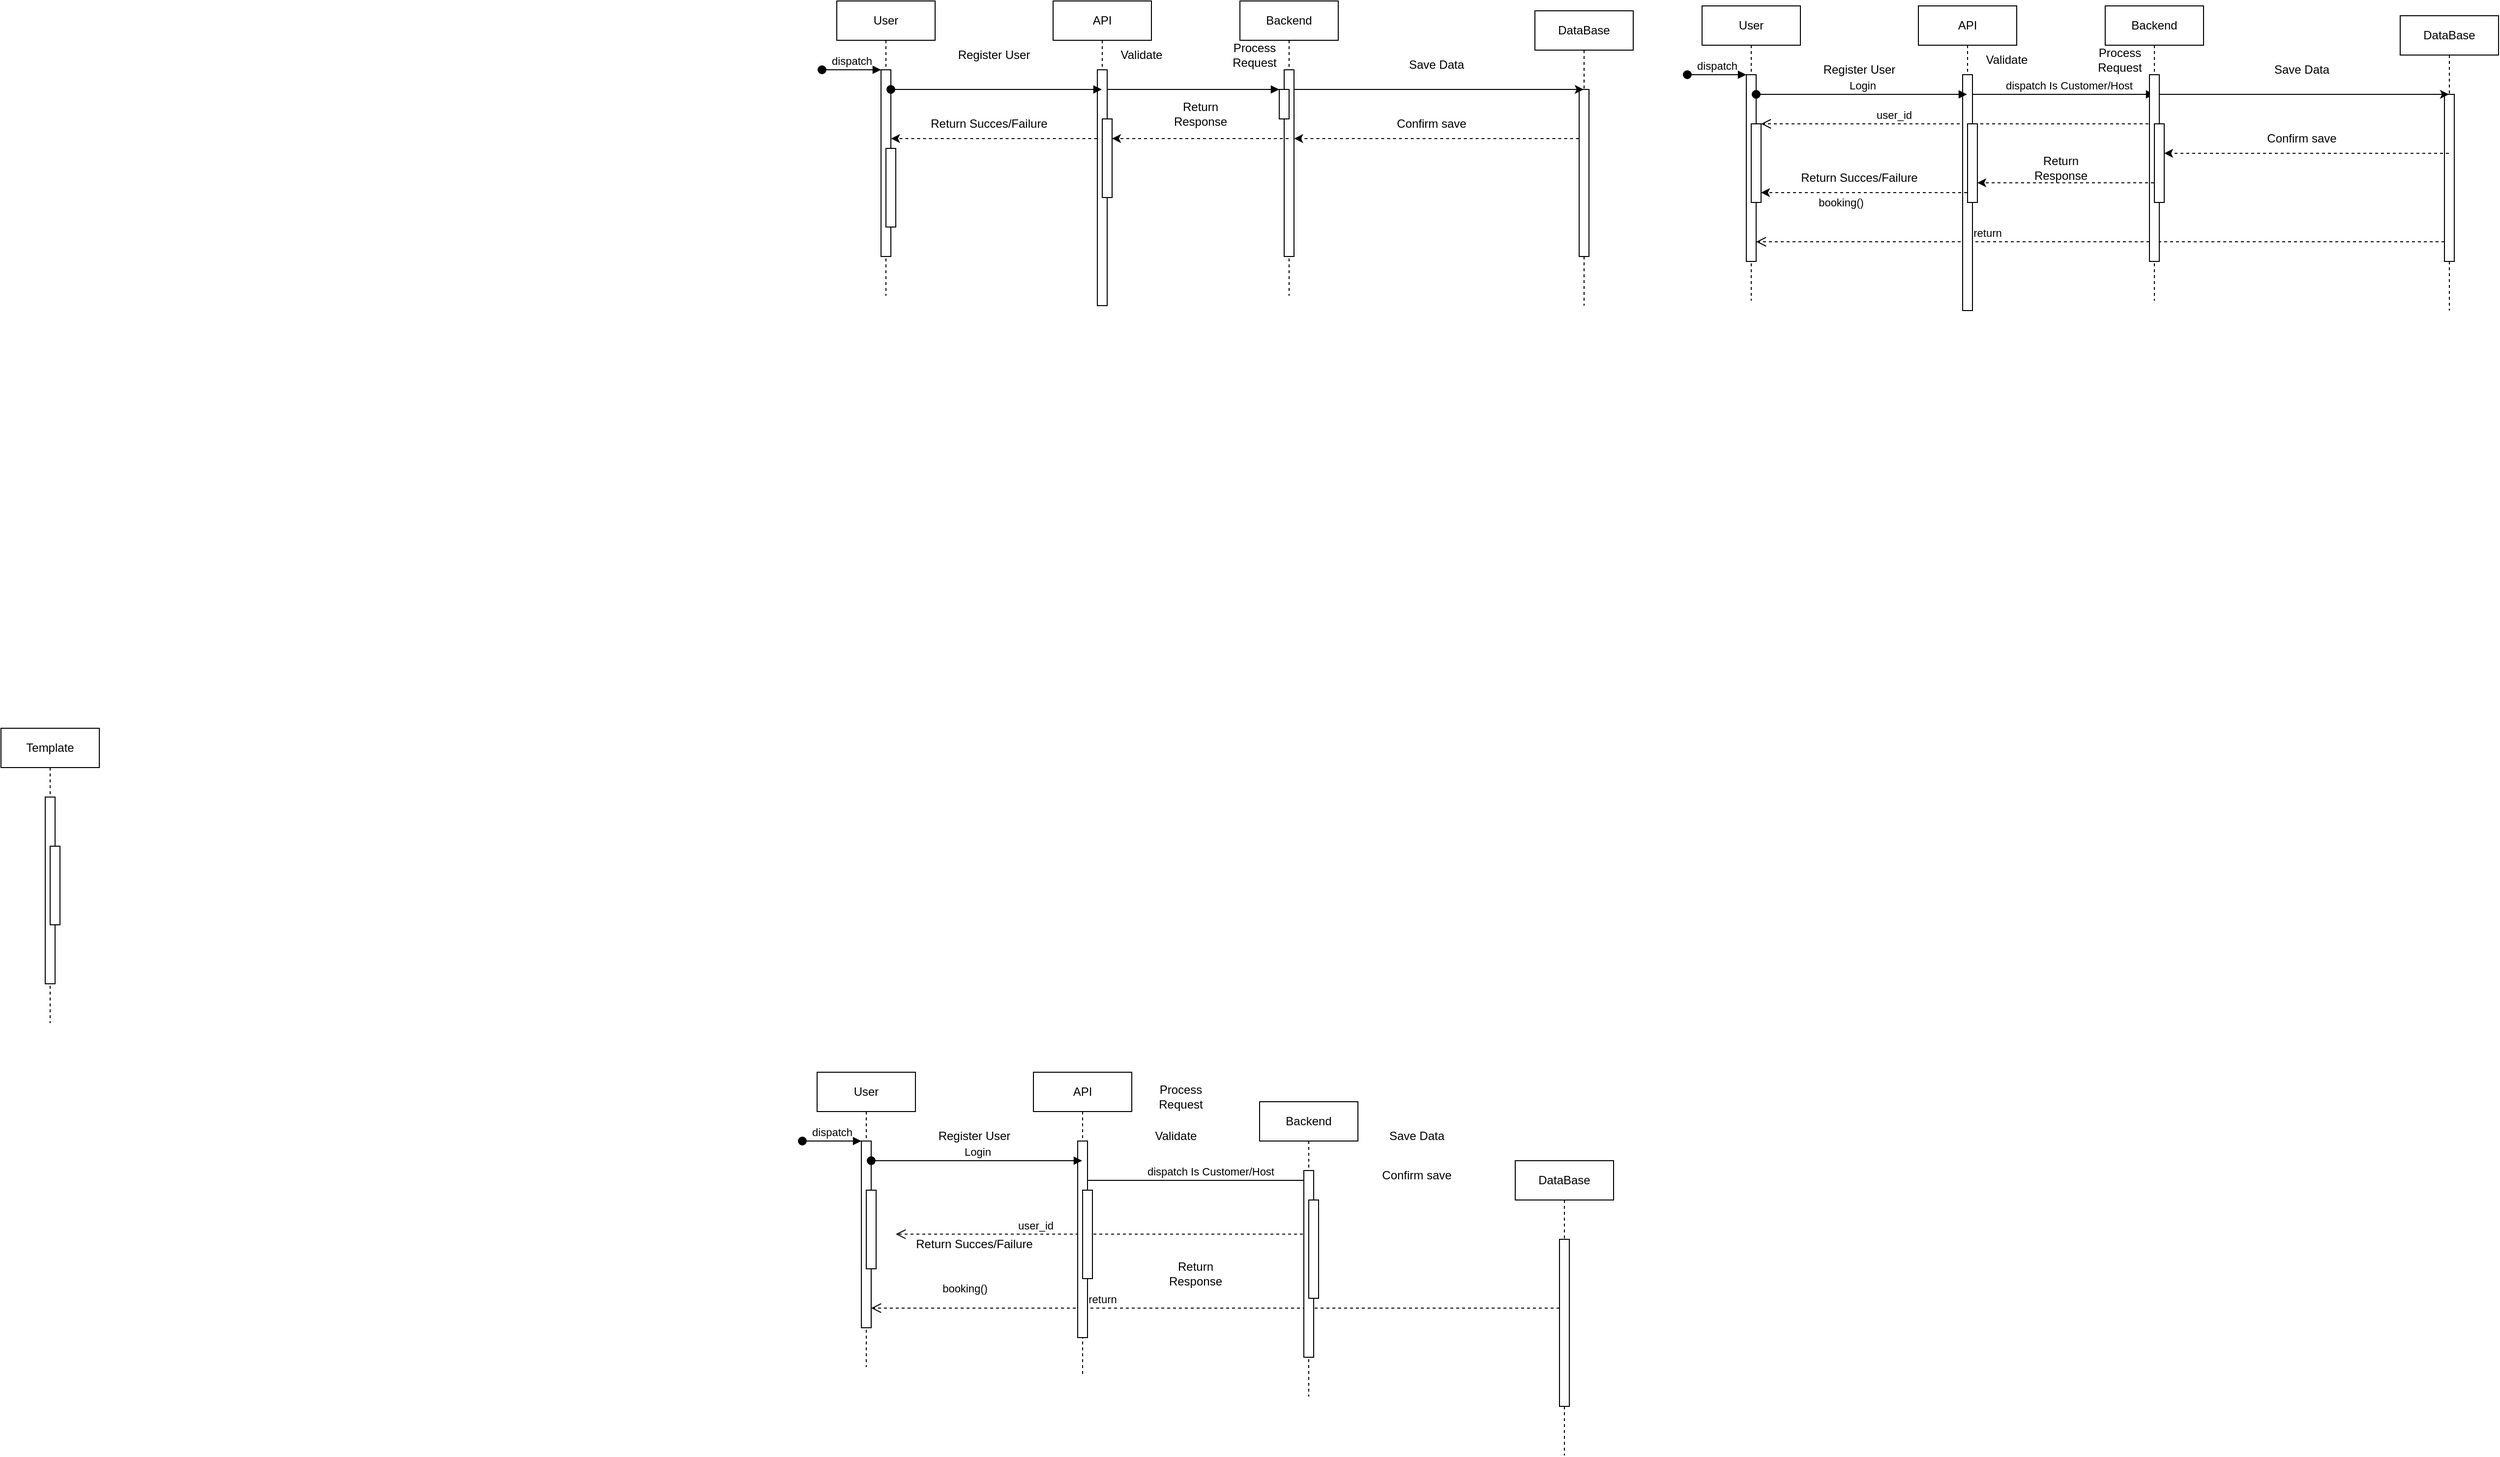
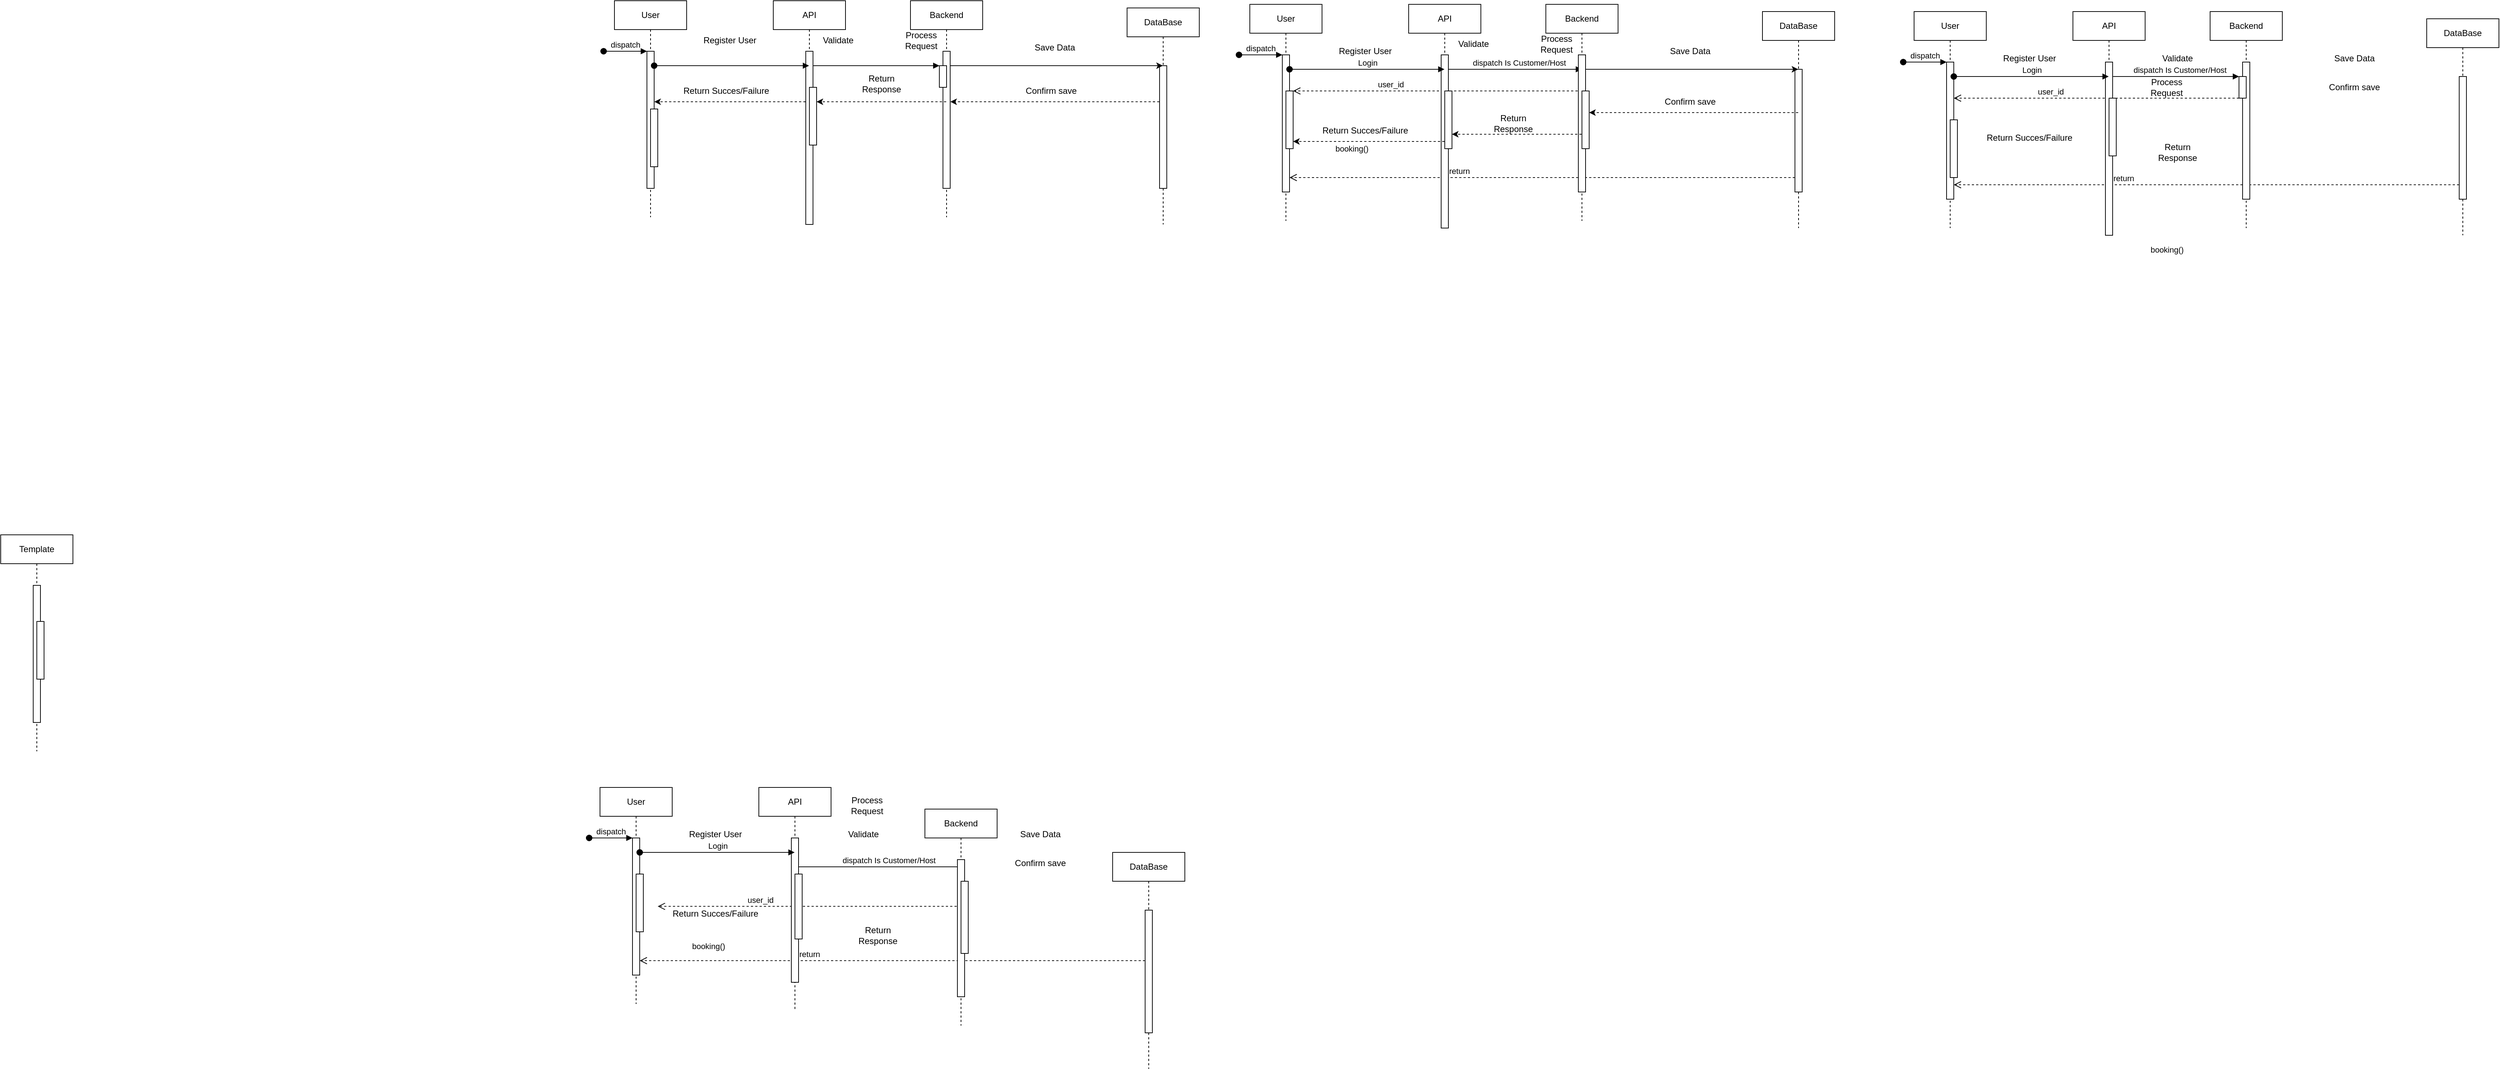
<mxfile host="app.diagrams.net" agent="5.0 (Macintosh; Intel Mac OS X 10_15_7) AppleWebKit/537.36 (KHTML, like Gecko) Chrome/109.0.0.0 Safari/537.36">
  <diagram name="Page-1" id="2YBvvXClWsGukQMizWep">
-     <mxGraphModel dx="4958" dy="1500" grid="1" gridSize="10" guides="1" tooltips="1" connect="1" arrows="1" fold="1" page="1" pageScale="1" pageWidth="850" pageHeight="1100" math="0" shadow="0">
+     <mxGraphModel dx="1837" dy="1211" grid="1" gridSize="10" guides="1" tooltips="1" connect="1" arrows="1" fold="1" page="1" pageScale="1" pageWidth="850" pageHeight="1100" math="0" shadow="0">
      <root>
        <mxCell id="0" />
        <mxCell id="1" parent="0" />
        <mxCell id="aM9ryv3xv72pqoxQDRHE-1" parent="1" style="shape=umlLifeline;perimeter=lifelinePerimeter;whiteSpace=wrap;html=1;container=0;dropTarget=0;collapsible=0;recursiveResize=0;outlineConnect=0;portConstraint=eastwest;newEdgeStyle={&quot;edgeStyle&quot;:&quot;elbowEdgeStyle&quot;,&quot;elbow&quot;:&quot;vertical&quot;,&quot;curved&quot;:0,&quot;rounded&quot;:0};" value="User" vertex="1">
          <mxGeometry height="300" width="100" x="30" y="40" as="geometry" />
        </mxCell>
        <mxCell id="aM9ryv3xv72pqoxQDRHE-2" parent="aM9ryv3xv72pqoxQDRHE-1" style="html=1;points=[];perimeter=orthogonalPerimeter;outlineConnect=0;targetShapes=umlLifeline;portConstraint=eastwest;newEdgeStyle={&quot;edgeStyle&quot;:&quot;elbowEdgeStyle&quot;,&quot;elbow&quot;:&quot;vertical&quot;,&quot;curved&quot;:0,&quot;rounded&quot;:0};" value="" vertex="1">
          <mxGeometry height="190" width="10" x="45" y="70" as="geometry" />
        </mxCell>
        <mxCell id="aM9ryv3xv72pqoxQDRHE-3" edge="1" parent="aM9ryv3xv72pqoxQDRHE-1" style="html=1;verticalAlign=bottom;startArrow=oval;endArrow=block;startSize=8;edgeStyle=elbowEdgeStyle;elbow=vertical;curved=0;rounded=0;" target="aM9ryv3xv72pqoxQDRHE-2" value="dispatch">
          <mxGeometry relative="1" as="geometry">
            <mxPoint x="-15" y="70" as="sourcePoint" />
          </mxGeometry>
        </mxCell>
        <mxCell id="aM9ryv3xv72pqoxQDRHE-4" parent="aM9ryv3xv72pqoxQDRHE-1" style="html=1;points=[];perimeter=orthogonalPerimeter;outlineConnect=0;targetShapes=umlLifeline;portConstraint=eastwest;newEdgeStyle={&quot;edgeStyle&quot;:&quot;elbowEdgeStyle&quot;,&quot;elbow&quot;:&quot;vertical&quot;,&quot;curved&quot;:0,&quot;rounded&quot;:0};" value="" vertex="1">
          <mxGeometry height="80" width="10" x="50" y="150" as="geometry" />
        </mxCell>
        <mxCell id="aM9ryv3xv72pqoxQDRHE-5" parent="1" style="shape=umlLifeline;perimeter=lifelinePerimeter;whiteSpace=wrap;html=1;container=0;dropTarget=0;collapsible=0;recursiveResize=0;outlineConnect=0;portConstraint=eastwest;newEdgeStyle={&quot;edgeStyle&quot;:&quot;elbowEdgeStyle&quot;,&quot;elbow&quot;:&quot;vertical&quot;,&quot;curved&quot;:0,&quot;rounded&quot;:0};" value="DataBase" vertex="1">
          <mxGeometry height="300" width="100" x="740" y="50" as="geometry" />
        </mxCell>
        <mxCell id="aM9ryv3xv72pqoxQDRHE-6" parent="aM9ryv3xv72pqoxQDRHE-5" style="html=1;points=[];perimeter=orthogonalPerimeter;outlineConnect=0;targetShapes=umlLifeline;portConstraint=eastwest;newEdgeStyle={&quot;edgeStyle&quot;:&quot;elbowEdgeStyle&quot;,&quot;elbow&quot;:&quot;vertical&quot;,&quot;curved&quot;:0,&quot;rounded&quot;:0};" value="" vertex="1">
          <mxGeometry height="170" width="10" x="45" y="80" as="geometry" />
        </mxCell>
        <mxCell id="aM9ryv3xv72pqoxQDRHE-7" edge="1" parent="1" source="7Z1T8ZwHcXeBXznP6D7j-6" style="html=1;verticalAlign=bottom;endArrow=block;edgeStyle=elbowEdgeStyle;elbow=vertical;curved=0;rounded=0;" target="7Z1T8ZwHcXeBXznP6D7j-11" value="">
          <mxGeometry relative="1" x="0.0616" as="geometry">
            <mxPoint as="offset" />
            <Array as="points">
              <mxPoint x="440" y="130" />
            </Array>
            <mxPoint x="195" y="130" as="sourcePoint" />
            <mxPoint x="480" y="130" as="targetPoint" />
          </mxGeometry>
        </mxCell>
        <mxCell id="7Z1T8ZwHcXeBXznP6D7j-5" parent="1" style="shape=umlLifeline;perimeter=lifelinePerimeter;whiteSpace=wrap;html=1;container=0;dropTarget=0;collapsible=0;recursiveResize=0;outlineConnect=0;portConstraint=eastwest;newEdgeStyle={&quot;edgeStyle&quot;:&quot;elbowEdgeStyle&quot;,&quot;elbow&quot;:&quot;vertical&quot;,&quot;curved&quot;:0,&quot;rounded&quot;:0};" value="API" vertex="1">
          <mxGeometry height="300" width="100" x="250" y="40" as="geometry" />
        </mxCell>
        <mxCell id="7Z1T8ZwHcXeBXznP6D7j-6" parent="7Z1T8ZwHcXeBXznP6D7j-5" style="html=1;points=[];perimeter=orthogonalPerimeter;outlineConnect=0;targetShapes=umlLifeline;portConstraint=eastwest;newEdgeStyle={&quot;edgeStyle&quot;:&quot;elbowEdgeStyle&quot;,&quot;elbow&quot;:&quot;vertical&quot;,&quot;curved&quot;:0,&quot;rounded&quot;:0};" value="" vertex="1">
          <mxGeometry height="240" width="10" x="45" y="70" as="geometry" />
        </mxCell>
        <mxCell id="7Z1T8ZwHcXeBXznP6D7j-8" parent="7Z1T8ZwHcXeBXznP6D7j-5" style="html=1;points=[];perimeter=orthogonalPerimeter;outlineConnect=0;targetShapes=umlLifeline;portConstraint=eastwest;newEdgeStyle={&quot;edgeStyle&quot;:&quot;elbowEdgeStyle&quot;,&quot;elbow&quot;:&quot;vertical&quot;,&quot;curved&quot;:0,&quot;rounded&quot;:0};" value="" vertex="1">
          <mxGeometry height="80" width="10" x="50" y="120" as="geometry" />
        </mxCell>
        <mxCell id="7Z1T8ZwHcXeBXznP6D7j-9" parent="1" style="shape=umlLifeline;perimeter=lifelinePerimeter;whiteSpace=wrap;html=1;container=0;dropTarget=0;collapsible=0;recursiveResize=0;outlineConnect=0;portConstraint=eastwest;newEdgeStyle={&quot;edgeStyle&quot;:&quot;elbowEdgeStyle&quot;,&quot;elbow&quot;:&quot;vertical&quot;,&quot;curved&quot;:0,&quot;rounded&quot;:0};" value="&lt;div&gt;Backend&lt;/div&gt;" vertex="1">
          <mxGeometry height="300" width="100" x="440" y="40" as="geometry" />
        </mxCell>
        <mxCell id="7Z1T8ZwHcXeBXznP6D7j-10" parent="7Z1T8ZwHcXeBXznP6D7j-9" style="html=1;points=[];perimeter=orthogonalPerimeter;outlineConnect=0;targetShapes=umlLifeline;portConstraint=eastwest;newEdgeStyle={&quot;edgeStyle&quot;:&quot;elbowEdgeStyle&quot;,&quot;elbow&quot;:&quot;vertical&quot;,&quot;curved&quot;:0,&quot;rounded&quot;:0};" value="" vertex="1">
          <mxGeometry height="190" width="10" x="45" y="70" as="geometry" />
        </mxCell>
        <mxCell id="7Z1T8ZwHcXeBXznP6D7j-11" parent="7Z1T8ZwHcXeBXznP6D7j-9" style="html=1;points=[];perimeter=orthogonalPerimeter;outlineConnect=0;targetShapes=umlLifeline;portConstraint=eastwest;newEdgeStyle={&quot;edgeStyle&quot;:&quot;elbowEdgeStyle&quot;,&quot;elbow&quot;:&quot;vertical&quot;,&quot;curved&quot;:0,&quot;rounded&quot;:0};" value="" vertex="1">
          <mxGeometry height="30" width="10" x="40" y="90" as="geometry" />
        </mxCell>
        <mxCell id="7Z1T8ZwHcXeBXznP6D7j-12" parent="1" style="shape=umlLifeline;perimeter=lifelinePerimeter;whiteSpace=wrap;html=1;container=0;dropTarget=0;collapsible=0;recursiveResize=0;outlineConnect=0;portConstraint=eastwest;newEdgeStyle={&quot;edgeStyle&quot;:&quot;elbowEdgeStyle&quot;,&quot;elbow&quot;:&quot;vertical&quot;,&quot;curved&quot;:0,&quot;rounded&quot;:0};" value="Template" vertex="1">
          <mxGeometry height="300" width="100" x="-820" y="780" as="geometry" />
        </mxCell>
        <mxCell id="7Z1T8ZwHcXeBXznP6D7j-13" parent="7Z1T8ZwHcXeBXznP6D7j-12" style="html=1;points=[];perimeter=orthogonalPerimeter;outlineConnect=0;targetShapes=umlLifeline;portConstraint=eastwest;newEdgeStyle={&quot;edgeStyle&quot;:&quot;elbowEdgeStyle&quot;,&quot;elbow&quot;:&quot;vertical&quot;,&quot;curved&quot;:0,&quot;rounded&quot;:0};" value="" vertex="1">
          <mxGeometry height="190" width="10" x="45" y="70" as="geometry" />
        </mxCell>
        <mxCell id="7Z1T8ZwHcXeBXznP6D7j-14" parent="7Z1T8ZwHcXeBXznP6D7j-12" style="html=1;points=[];perimeter=orthogonalPerimeter;outlineConnect=0;targetShapes=umlLifeline;portConstraint=eastwest;newEdgeStyle={&quot;edgeStyle&quot;:&quot;elbowEdgeStyle&quot;,&quot;elbow&quot;:&quot;vertical&quot;,&quot;curved&quot;:0,&quot;rounded&quot;:0};" value="" vertex="1">
          <mxGeometry height="80" width="10" x="50" y="120" as="geometry" />
        </mxCell>
        <mxCell id="7Z1T8ZwHcXeBXznP6D7j-18" edge="1" parent="1" style="html=1;verticalAlign=bottom;startArrow=oval;endArrow=block;startSize=8;edgeStyle=elbowEdgeStyle;elbow=vertical;curved=0;rounded=0;" target="7Z1T8ZwHcXeBXznP6D7j-5" value="">
          <mxGeometry relative="1" x="-0.3939" y="10" as="geometry">
            <mxPoint as="offset" />
            <mxPoint x="85" y="130" as="sourcePoint" />
            <mxPoint x="150" y="130" as="targetPoint" />
          </mxGeometry>
        </mxCell>
        <mxCell id="D9VVy2PClrj1YHKQl20F-1" parent="1" style="text;html=1;whiteSpace=wrap;strokeColor=none;fillColor=none;align=center;verticalAlign=middle;rounded=0;" value="Register User" vertex="1">
          <mxGeometry height="30" width="100" x="140" y="80" as="geometry" />
        </mxCell>
        <mxCell id="D9VVy2PClrj1YHKQl20F-2" parent="1" style="text;html=1;whiteSpace=wrap;strokeColor=none;fillColor=none;align=center;verticalAlign=middle;rounded=0;" value="Validate" vertex="1">
          <mxGeometry height="30" width="60" x="310" y="80" as="geometry" />
        </mxCell>
        <mxCell id="D9VVy2PClrj1YHKQl20F-3" parent="1" style="text;html=1;whiteSpace=wrap;strokeColor=none;fillColor=none;align=center;verticalAlign=middle;rounded=0;" value="Process Request" vertex="1">
          <mxGeometry height="30" width="60" x="425" y="80" as="geometry" />
        </mxCell>
        <mxCell id="I_nbtK1dwFWHWanF6EMp-1" parent="1" style="text;html=1;whiteSpace=wrap;strokeColor=none;fillColor=none;align=center;verticalAlign=middle;rounded=0;" value="Save Data" vertex="1">
          <mxGeometry height="30" width="60" x="610" y="90" as="geometry" />
        </mxCell>
        <mxCell id="I_nbtK1dwFWHWanF6EMp-2" parent="1" style="text;html=1;whiteSpace=wrap;strokeColor=none;fillColor=none;align=center;verticalAlign=middle;rounded=0;" value="Confirm save" vertex="1">
          <mxGeometry height="30" width="80" x="595.25" y="150" as="geometry" />
        </mxCell>
        <mxCell id="I_nbtK1dwFWHWanF6EMp-3" parent="1" style="text;html=1;whiteSpace=wrap;strokeColor=none;fillColor=none;align=center;verticalAlign=middle;rounded=0;" value="Return Response" vertex="1">
          <mxGeometry height="30" width="60" x="370" y="140" as="geometry" />
        </mxCell>
        <mxCell id="I_nbtK1dwFWHWanF6EMp-4" parent="1" style="text;html=1;whiteSpace=wrap;strokeColor=none;fillColor=none;align=center;verticalAlign=middle;rounded=0;" value="Return Succes/Failure" vertex="1">
          <mxGeometry height="30" width="140" x="115.25" y="150" as="geometry" />
        </mxCell>
        <mxCell id="7Z1T8ZwHcXeBXznP6D7j-20" parent="1" style="shape=umlLifeline;perimeter=lifelinePerimeter;whiteSpace=wrap;html=1;container=0;dropTarget=0;collapsible=0;recursiveResize=0;outlineConnect=0;portConstraint=eastwest;newEdgeStyle={&quot;edgeStyle&quot;:&quot;elbowEdgeStyle&quot;,&quot;elbow&quot;:&quot;vertical&quot;,&quot;curved&quot;:0,&quot;rounded&quot;:0};" value="User" vertex="1">
          <mxGeometry height="300" width="100" x="10" y="1130" as="geometry" />
        </mxCell>
        <mxCell id="7Z1T8ZwHcXeBXznP6D7j-21" parent="7Z1T8ZwHcXeBXznP6D7j-20" style="html=1;points=[];perimeter=orthogonalPerimeter;outlineConnect=0;targetShapes=umlLifeline;portConstraint=eastwest;newEdgeStyle={&quot;edgeStyle&quot;:&quot;elbowEdgeStyle&quot;,&quot;elbow&quot;:&quot;vertical&quot;,&quot;curved&quot;:0,&quot;rounded&quot;:0};" value="" vertex="1">
          <mxGeometry height="190" width="10" x="45" y="70" as="geometry" />
        </mxCell>
        <mxCell id="7Z1T8ZwHcXeBXznP6D7j-22" edge="1" parent="7Z1T8ZwHcXeBXznP6D7j-20" style="html=1;verticalAlign=bottom;startArrow=oval;endArrow=block;startSize=8;edgeStyle=elbowEdgeStyle;elbow=vertical;curved=0;rounded=0;" target="7Z1T8ZwHcXeBXznP6D7j-21" value="dispatch">
          <mxGeometry relative="1" as="geometry">
            <mxPoint x="-15" y="70" as="sourcePoint" />
          </mxGeometry>
        </mxCell>
        <mxCell id="7Z1T8ZwHcXeBXznP6D7j-23" parent="7Z1T8ZwHcXeBXznP6D7j-20" style="html=1;points=[];perimeter=orthogonalPerimeter;outlineConnect=0;targetShapes=umlLifeline;portConstraint=eastwest;newEdgeStyle={&quot;edgeStyle&quot;:&quot;elbowEdgeStyle&quot;,&quot;elbow&quot;:&quot;vertical&quot;,&quot;curved&quot;:0,&quot;rounded&quot;:0};" value="" vertex="1">
          <mxGeometry height="80" width="10" x="50" y="120" as="geometry" />
        </mxCell>
        <mxCell id="_QFFP_39c0ER-aZENGy8-1" edge="1" parent="1" source="7Z1T8ZwHcXeBXznP6D7j-10" style="endArrow=classic;html=1;rounded=0;" target="aM9ryv3xv72pqoxQDRHE-5" value="">
          <mxGeometry height="50" relative="1" width="50" as="geometry">
            <Array as="points">
              <mxPoint x="650" y="130" />
            </Array>
            <mxPoint x="490" y="170" as="sourcePoint" />
            <mxPoint x="540" y="120" as="targetPoint" />
          </mxGeometry>
        </mxCell>
        <mxCell id="7Z1T8ZwHcXeBXznP6D7j-24" parent="1" style="shape=umlLifeline;perimeter=lifelinePerimeter;whiteSpace=wrap;html=1;container=0;dropTarget=0;collapsible=0;recursiveResize=0;outlineConnect=0;portConstraint=eastwest;newEdgeStyle={&quot;edgeStyle&quot;:&quot;elbowEdgeStyle&quot;,&quot;elbow&quot;:&quot;vertical&quot;,&quot;curved&quot;:0,&quot;rounded&quot;:0};" value="DataBase" vertex="1">
          <mxGeometry height="300" width="100" x="720" y="1220" as="geometry" />
        </mxCell>
        <mxCell id="7Z1T8ZwHcXeBXznP6D7j-25" parent="7Z1T8ZwHcXeBXznP6D7j-24" style="html=1;points=[];perimeter=orthogonalPerimeter;outlineConnect=0;targetShapes=umlLifeline;portConstraint=eastwest;newEdgeStyle={&quot;edgeStyle&quot;:&quot;elbowEdgeStyle&quot;,&quot;elbow&quot;:&quot;vertical&quot;,&quot;curved&quot;:0,&quot;rounded&quot;:0};" value="" vertex="1">
          <mxGeometry height="170" width="10" x="45" y="80" as="geometry" />
        </mxCell>
        <mxCell id="_QFFP_39c0ER-aZENGy8-2" edge="1" parent="1" style="endArrow=classic;html=1;rounded=0;dashed=1;" value="">
          <mxGeometry height="50" relative="1" width="50" as="geometry">
            <Array as="points">
              <mxPoint x="635.25" y="180" />
            </Array>
            <mxPoint x="784.75" y="179.9999999999999" as="sourcePoint" />
            <mxPoint x="495.25" y="179.9999999999999" as="targetPoint" />
          </mxGeometry>
        </mxCell>
        <mxCell id="7Z1T8ZwHcXeBXznP6D7j-26" edge="1" parent="1" source="7Z1T8ZwHcXeBXznP6D7j-31" style="html=1;verticalAlign=bottom;endArrow=block;edgeStyle=elbowEdgeStyle;elbow=vertical;curved=0;rounded=0;entryX=0.5;entryY=0.105;entryDx=0;entryDy=0;entryPerimeter=0;" target="7Z1T8ZwHcXeBXznP6D7j-34" value="dispatch Is Customer/Host">
          <mxGeometry relative="1" x="0.0616" as="geometry">
            <mxPoint as="offset" />
            <Array as="points">
              <mxPoint x="460" y="1240" />
            </Array>
            <mxPoint x="175" y="1220" as="sourcePoint" />
            <mxPoint x="460" y="1220" as="targetPoint" />
          </mxGeometry>
        </mxCell>
        <mxCell id="7Z1T8ZwHcXeBXznP6D7j-27" connectable="0" parent="7Z1T8ZwHcXeBXznP6D7j-26" style="edgeLabel;html=1;align=center;verticalAlign=middle;resizable=0;points=[];" value="booking()" vertex="1">
          <mxGeometry relative="1" x="-0.6283" y="3" as="geometry">
            <mxPoint x="-169" y="113" as="offset" />
          </mxGeometry>
        </mxCell>
        <mxCell id="_QFFP_39c0ER-aZENGy8-3" edge="1" parent="1" style="endArrow=classic;html=1;rounded=0;dashed=1;" value="">
          <mxGeometry height="50" relative="1" width="50" as="geometry">
            <Array as="points">
              <mxPoint x="400" y="180" />
            </Array>
            <mxPoint x="489.5" y="179.9999999999999" as="sourcePoint" />
            <mxPoint x="310" y="179.9999999999999" as="targetPoint" />
          </mxGeometry>
        </mxCell>
        <mxCell id="7Z1T8ZwHcXeBXznP6D7j-28" edge="1" parent="1" source="7Z1T8ZwHcXeBXznP6D7j-25" style="html=1;verticalAlign=bottom;endArrow=open;dashed=1;endSize=8;edgeStyle=elbowEdgeStyle;elbow=vertical;curved=0;rounded=0;" target="7Z1T8ZwHcXeBXznP6D7j-21" value="return">
          <mxGeometry relative="1" x="0.3286" as="geometry">
            <mxPoint as="offset" />
            <Array as="points">
              <mxPoint x="170" y="1370" />
            </Array>
            <mxPoint x="175" y="1295" as="targetPoint" />
          </mxGeometry>
        </mxCell>
        <mxCell id="_QFFP_39c0ER-aZENGy8-4" edge="1" parent="1" style="endArrow=classic;html=1;rounded=0;dashed=1;" value="">
          <mxGeometry height="50" relative="1" width="50" as="geometry">
            <Array as="points">
              <mxPoint x="195.25" y="180" />
            </Array>
            <mxPoint x="294.75" y="179.9999999999999" as="sourcePoint" />
            <mxPoint x="85.25" y="179.9999999999999" as="targetPoint" />
          </mxGeometry>
        </mxCell>
        <mxCell id="7Z1T8ZwHcXeBXznP6D7j-29" edge="1" parent="1" style="html=1;verticalAlign=bottom;endArrow=open;dashed=1;endSize=8;edgeStyle=elbowEdgeStyle;elbow=vertical;curved=0;rounded=0;" value="user_id">
          <mxGeometry relative="1" x="0.325" as="geometry">
            <mxPoint as="offset" />
            <Array as="points">
              <mxPoint x="450" y="1294.76" />
            </Array>
            <mxPoint x="510" y="1294.76" as="sourcePoint" />
            <mxPoint x="90" y="1294.76" as="targetPoint" />
          </mxGeometry>
        </mxCell>
        <mxCell id="_QFFP_39c0ER-aZENGy8-33" parent="1" style="shape=umlLifeline;perimeter=lifelinePerimeter;whiteSpace=wrap;html=1;container=0;dropTarget=0;collapsible=0;recursiveResize=0;outlineConnect=0;portConstraint=eastwest;newEdgeStyle={&quot;edgeStyle&quot;:&quot;elbowEdgeStyle&quot;,&quot;elbow&quot;:&quot;vertical&quot;,&quot;curved&quot;:0,&quot;rounded&quot;:0};" value="User" vertex="1">
          <mxGeometry height="300" width="100" x="910" y="45" as="geometry" />
        </mxCell>
        <mxCell id="_QFFP_39c0ER-aZENGy8-34" parent="_QFFP_39c0ER-aZENGy8-33" style="html=1;points=[];perimeter=orthogonalPerimeter;outlineConnect=0;targetShapes=umlLifeline;portConstraint=eastwest;newEdgeStyle={&quot;edgeStyle&quot;:&quot;elbowEdgeStyle&quot;,&quot;elbow&quot;:&quot;vertical&quot;,&quot;curved&quot;:0,&quot;rounded&quot;:0};" value="" vertex="1">
          <mxGeometry height="190" width="10" x="45" y="70" as="geometry" />
        </mxCell>
        <mxCell id="_QFFP_39c0ER-aZENGy8-35" edge="1" parent="_QFFP_39c0ER-aZENGy8-33" style="html=1;verticalAlign=bottom;startArrow=oval;endArrow=block;startSize=8;edgeStyle=elbowEdgeStyle;elbow=vertical;curved=0;rounded=0;" target="_QFFP_39c0ER-aZENGy8-34" value="dispatch">
          <mxGeometry relative="1" as="geometry">
            <mxPoint x="-15" y="70" as="sourcePoint" />
          </mxGeometry>
        </mxCell>
        <mxCell id="_QFFP_39c0ER-aZENGy8-36" parent="_QFFP_39c0ER-aZENGy8-33" style="html=1;points=[];perimeter=orthogonalPerimeter;outlineConnect=0;targetShapes=umlLifeline;portConstraint=eastwest;newEdgeStyle={&quot;edgeStyle&quot;:&quot;elbowEdgeStyle&quot;,&quot;elbow&quot;:&quot;vertical&quot;,&quot;curved&quot;:0,&quot;rounded&quot;:0};" value="" vertex="1">
          <mxGeometry height="80" width="10" x="50" y="120" as="geometry" />
        </mxCell>
        <mxCell id="7Z1T8ZwHcXeBXznP6D7j-30" parent="1" style="shape=umlLifeline;perimeter=lifelinePerimeter;whiteSpace=wrap;html=1;container=0;dropTarget=0;collapsible=0;recursiveResize=0;outlineConnect=0;portConstraint=eastwest;newEdgeStyle={&quot;edgeStyle&quot;:&quot;elbowEdgeStyle&quot;,&quot;elbow&quot;:&quot;vertical&quot;,&quot;curved&quot;:0,&quot;rounded&quot;:0};" value="API" vertex="1">
          <mxGeometry height="310" width="100" x="230" y="1130" as="geometry" />
        </mxCell>
        <mxCell id="7Z1T8ZwHcXeBXznP6D7j-31" parent="7Z1T8ZwHcXeBXznP6D7j-30" style="html=1;points=[];perimeter=orthogonalPerimeter;outlineConnect=0;targetShapes=umlLifeline;portConstraint=eastwest;newEdgeStyle={&quot;edgeStyle&quot;:&quot;elbowEdgeStyle&quot;,&quot;elbow&quot;:&quot;vertical&quot;,&quot;curved&quot;:0,&quot;rounded&quot;:0};" value="" vertex="1">
          <mxGeometry height="200" width="10" x="45" y="70" as="geometry" />
        </mxCell>
        <mxCell id="7Z1T8ZwHcXeBXznP6D7j-32" parent="7Z1T8ZwHcXeBXznP6D7j-30" style="html=1;points=[];perimeter=orthogonalPerimeter;outlineConnect=0;targetShapes=umlLifeline;portConstraint=eastwest;newEdgeStyle={&quot;edgeStyle&quot;:&quot;elbowEdgeStyle&quot;,&quot;elbow&quot;:&quot;vertical&quot;,&quot;curved&quot;:0,&quot;rounded&quot;:0};" value="" vertex="1">
          <mxGeometry height="90" width="10" x="50" y="120" as="geometry" />
        </mxCell>
        <mxCell id="_QFFP_39c0ER-aZENGy8-37" parent="1" style="shape=umlLifeline;perimeter=lifelinePerimeter;whiteSpace=wrap;html=1;container=0;dropTarget=0;collapsible=0;recursiveResize=0;outlineConnect=0;portConstraint=eastwest;newEdgeStyle={&quot;edgeStyle&quot;:&quot;elbowEdgeStyle&quot;,&quot;elbow&quot;:&quot;vertical&quot;,&quot;curved&quot;:0,&quot;rounded&quot;:0};" value="DataBase" vertex="1">
          <mxGeometry height="300" width="100" x="1620" y="55" as="geometry" />
        </mxCell>
        <mxCell id="_QFFP_39c0ER-aZENGy8-38" parent="_QFFP_39c0ER-aZENGy8-37" style="html=1;points=[];perimeter=orthogonalPerimeter;outlineConnect=0;targetShapes=umlLifeline;portConstraint=eastwest;newEdgeStyle={&quot;edgeStyle&quot;:&quot;elbowEdgeStyle&quot;,&quot;elbow&quot;:&quot;vertical&quot;,&quot;curved&quot;:0,&quot;rounded&quot;:0};" value="" vertex="1">
          <mxGeometry height="170" width="10" x="45" y="80" as="geometry" />
        </mxCell>
        <mxCell id="7Z1T8ZwHcXeBXznP6D7j-33" parent="1" style="shape=umlLifeline;perimeter=lifelinePerimeter;whiteSpace=wrap;html=1;container=0;dropTarget=0;collapsible=0;recursiveResize=0;outlineConnect=0;portConstraint=eastwest;newEdgeStyle={&quot;edgeStyle&quot;:&quot;elbowEdgeStyle&quot;,&quot;elbow&quot;:&quot;vertical&quot;,&quot;curved&quot;:0,&quot;rounded&quot;:0};" value="&lt;div&gt;Backend&lt;/div&gt;" vertex="1">
          <mxGeometry height="300" width="100" x="460" y="1160" as="geometry" />
        </mxCell>
        <mxCell id="7Z1T8ZwHcXeBXznP6D7j-34" parent="7Z1T8ZwHcXeBXznP6D7j-33" style="html=1;points=[];perimeter=orthogonalPerimeter;outlineConnect=0;targetShapes=umlLifeline;portConstraint=eastwest;newEdgeStyle={&quot;edgeStyle&quot;:&quot;elbowEdgeStyle&quot;,&quot;elbow&quot;:&quot;vertical&quot;,&quot;curved&quot;:0,&quot;rounded&quot;:0};" value="" vertex="1">
          <mxGeometry height="190" width="10" x="45" y="70" as="geometry" />
        </mxCell>
        <mxCell id="7Z1T8ZwHcXeBXznP6D7j-35" parent="7Z1T8ZwHcXeBXznP6D7j-33" style="html=1;points=[];perimeter=orthogonalPerimeter;outlineConnect=0;targetShapes=umlLifeline;portConstraint=eastwest;newEdgeStyle={&quot;edgeStyle&quot;:&quot;elbowEdgeStyle&quot;,&quot;elbow&quot;:&quot;vertical&quot;,&quot;curved&quot;:0,&quot;rounded&quot;:0};" value="" vertex="1">
          <mxGeometry height="100" width="10" x="50" y="100" as="geometry" />
        </mxCell>
        <mxCell id="_QFFP_39c0ER-aZENGy8-39" edge="1" parent="1" source="_QFFP_39c0ER-aZENGy8-44" style="html=1;verticalAlign=bottom;endArrow=block;edgeStyle=elbowEdgeStyle;elbow=vertical;curved=0;rounded=0;entryX=0.5;entryY=0.105;entryDx=0;entryDy=0;entryPerimeter=0;" target="_QFFP_39c0ER-aZENGy8-47" value="dispatch Is Customer/Host">
          <mxGeometry relative="1" x="0.0616" as="geometry">
            <mxPoint as="offset" />
            <Array as="points">
              <mxPoint x="1320" y="135" />
            </Array>
            <mxPoint x="1075" y="135" as="sourcePoint" />
            <mxPoint x="1360" y="135" as="targetPoint" />
          </mxGeometry>
        </mxCell>
        <mxCell id="_QFFP_39c0ER-aZENGy8-40" connectable="0" parent="_QFFP_39c0ER-aZENGy8-39" style="edgeLabel;html=1;align=center;verticalAlign=middle;resizable=0;points=[];" value="booking()" vertex="1">
          <mxGeometry relative="1" x="-0.6283" y="3" as="geometry">
            <mxPoint x="-169" y="113" as="offset" />
          </mxGeometry>
        </mxCell>
        <mxCell id="7Z1T8ZwHcXeBXznP6D7j-36" edge="1" parent="1" style="html=1;verticalAlign=bottom;startArrow=oval;endArrow=block;startSize=8;edgeStyle=elbowEdgeStyle;elbow=vertical;curved=0;rounded=0;" target="7Z1T8ZwHcXeBXznP6D7j-30" value="Login">
          <mxGeometry relative="1" as="geometry">
            <mxPoint x="65" y="1220" as="sourcePoint" />
            <mxPoint x="130" y="1220" as="targetPoint" />
          </mxGeometry>
        </mxCell>
        <mxCell id="_QFFP_39c0ER-aZENGy8-41" edge="1" parent="1" source="_QFFP_39c0ER-aZENGy8-38" style="html=1;verticalAlign=bottom;endArrow=open;dashed=1;endSize=8;edgeStyle=elbowEdgeStyle;elbow=vertical;curved=0;rounded=0;" target="_QFFP_39c0ER-aZENGy8-34" value="return">
          <mxGeometry relative="1" x="0.3286" as="geometry">
            <mxPoint as="offset" />
            <Array as="points">
              <mxPoint x="1070" y="285" />
            </Array>
            <mxPoint x="1075" y="210" as="targetPoint" />
          </mxGeometry>
        </mxCell>
        <mxCell id="7Z1T8ZwHcXeBXznP6D7j-37" parent="1" style="text;html=1;whiteSpace=wrap;strokeColor=none;fillColor=none;align=center;verticalAlign=middle;rounded=0;" value="Register User" vertex="1">
          <mxGeometry height="30" width="100" x="120" y="1180" as="geometry" />
        </mxCell>
        <mxCell id="_QFFP_39c0ER-aZENGy8-42" edge="1" parent="1" source="_QFFP_39c0ER-aZENGy8-48" style="html=1;verticalAlign=bottom;endArrow=open;dashed=1;endSize=8;edgeStyle=elbowEdgeStyle;elbow=vertical;curved=0;rounded=0;" target="_QFFP_39c0ER-aZENGy8-36" value="user_id">
          <mxGeometry relative="1" x="0.325" as="geometry">
            <mxPoint as="offset" />
            <Array as="points">
              <mxPoint x="1330" y="165" />
            </Array>
            <mxPoint x="1430" y="165" as="sourcePoint" />
            <mxPoint x="1020" y="165" as="targetPoint" />
          </mxGeometry>
        </mxCell>
        <mxCell id="7Z1T8ZwHcXeBXznP6D7j-38" parent="1" style="text;html=1;whiteSpace=wrap;strokeColor=none;fillColor=none;align=center;verticalAlign=middle;rounded=0;" value="Validate" vertex="1">
          <mxGeometry height="30" width="60" x="345" y="1180" as="geometry" />
        </mxCell>
        <mxCell id="_QFFP_39c0ER-aZENGy8-43" parent="1" style="shape=umlLifeline;perimeter=lifelinePerimeter;whiteSpace=wrap;html=1;container=0;dropTarget=0;collapsible=0;recursiveResize=0;outlineConnect=0;portConstraint=eastwest;newEdgeStyle={&quot;edgeStyle&quot;:&quot;elbowEdgeStyle&quot;,&quot;elbow&quot;:&quot;vertical&quot;,&quot;curved&quot;:0,&quot;rounded&quot;:0};" value="API" vertex="1">
          <mxGeometry height="300" width="100" x="1130" y="45" as="geometry" />
        </mxCell>
        <mxCell id="_QFFP_39c0ER-aZENGy8-44" parent="_QFFP_39c0ER-aZENGy8-43" style="html=1;points=[];perimeter=orthogonalPerimeter;outlineConnect=0;targetShapes=umlLifeline;portConstraint=eastwest;newEdgeStyle={&quot;edgeStyle&quot;:&quot;elbowEdgeStyle&quot;,&quot;elbow&quot;:&quot;vertical&quot;,&quot;curved&quot;:0,&quot;rounded&quot;:0};" value="" vertex="1">
          <mxGeometry height="240" width="10" x="45" y="70" as="geometry" />
        </mxCell>
        <mxCell id="_QFFP_39c0ER-aZENGy8-45" parent="_QFFP_39c0ER-aZENGy8-43" style="html=1;points=[];perimeter=orthogonalPerimeter;outlineConnect=0;targetShapes=umlLifeline;portConstraint=eastwest;newEdgeStyle={&quot;edgeStyle&quot;:&quot;elbowEdgeStyle&quot;,&quot;elbow&quot;:&quot;vertical&quot;,&quot;curved&quot;:0,&quot;rounded&quot;:0};" value="" vertex="1">
          <mxGeometry height="80" width="10" x="50" y="120" as="geometry" />
        </mxCell>
        <mxCell id="7Z1T8ZwHcXeBXznP6D7j-39" parent="1" style="text;html=1;whiteSpace=wrap;strokeColor=none;fillColor=none;align=center;verticalAlign=middle;rounded=0;" value="Process Request" vertex="1">
          <mxGeometry height="30" width="60" x="350" y="1140" as="geometry" />
        </mxCell>
        <mxCell id="_QFFP_39c0ER-aZENGy8-46" parent="1" style="shape=umlLifeline;perimeter=lifelinePerimeter;whiteSpace=wrap;html=1;container=0;dropTarget=0;collapsible=0;recursiveResize=0;outlineConnect=0;portConstraint=eastwest;newEdgeStyle={&quot;edgeStyle&quot;:&quot;elbowEdgeStyle&quot;,&quot;elbow&quot;:&quot;vertical&quot;,&quot;curved&quot;:0,&quot;rounded&quot;:0};" value="&lt;div&gt;Backend&lt;/div&gt;" vertex="1">
          <mxGeometry height="300" width="100" x="1320" y="45" as="geometry" />
        </mxCell>
        <mxCell id="_QFFP_39c0ER-aZENGy8-47" parent="_QFFP_39c0ER-aZENGy8-46" style="html=1;points=[];perimeter=orthogonalPerimeter;outlineConnect=0;targetShapes=umlLifeline;portConstraint=eastwest;newEdgeStyle={&quot;edgeStyle&quot;:&quot;elbowEdgeStyle&quot;,&quot;elbow&quot;:&quot;vertical&quot;,&quot;curved&quot;:0,&quot;rounded&quot;:0};" value="" vertex="1">
          <mxGeometry height="190" width="10" x="45" y="70" as="geometry" />
        </mxCell>
        <mxCell id="_QFFP_39c0ER-aZENGy8-48" parent="_QFFP_39c0ER-aZENGy8-46" style="html=1;points=[];perimeter=orthogonalPerimeter;outlineConnect=0;targetShapes=umlLifeline;portConstraint=eastwest;newEdgeStyle={&quot;edgeStyle&quot;:&quot;elbowEdgeStyle&quot;,&quot;elbow&quot;:&quot;vertical&quot;,&quot;curved&quot;:0,&quot;rounded&quot;:0};" value="" vertex="1">
          <mxGeometry height="80" width="10" x="50" y="120" as="geometry" />
        </mxCell>
        <mxCell id="7Z1T8ZwHcXeBXznP6D7j-40" parent="1" style="text;html=1;whiteSpace=wrap;strokeColor=none;fillColor=none;align=center;verticalAlign=middle;rounded=0;" value="Save Data" vertex="1">
          <mxGeometry height="30" width="60" x="590" y="1180" as="geometry" />
        </mxCell>
        <mxCell id="_QFFP_39c0ER-aZENGy8-49" edge="1" parent="1" style="html=1;verticalAlign=bottom;startArrow=oval;endArrow=block;startSize=8;edgeStyle=elbowEdgeStyle;elbow=vertical;curved=0;rounded=0;" target="_QFFP_39c0ER-aZENGy8-43" value="Login">
          <mxGeometry relative="1" as="geometry">
            <mxPoint x="965" y="135" as="sourcePoint" />
            <mxPoint x="1030" y="135" as="targetPoint" />
          </mxGeometry>
        </mxCell>
        <mxCell id="7Z1T8ZwHcXeBXznP6D7j-41" parent="1" style="text;html=1;whiteSpace=wrap;strokeColor=none;fillColor=none;align=center;verticalAlign=middle;rounded=0;" value="Confirm save" vertex="1">
          <mxGeometry height="30" width="80" x="580" y="1220" as="geometry" />
        </mxCell>
        <mxCell id="_QFFP_39c0ER-aZENGy8-50" parent="1" style="text;html=1;whiteSpace=wrap;strokeColor=none;fillColor=none;align=center;verticalAlign=middle;rounded=0;" value="Register User" vertex="1">
          <mxGeometry height="30" width="100" x="1020" y="95" as="geometry" />
        </mxCell>
        <mxCell id="7Z1T8ZwHcXeBXznP6D7j-42" parent="1" style="text;html=1;whiteSpace=wrap;strokeColor=none;fillColor=none;align=center;verticalAlign=middle;rounded=0;" value="Return Response" vertex="1">
          <mxGeometry height="30" width="60" x="365" y="1320" as="geometry" />
        </mxCell>
        <mxCell id="_QFFP_39c0ER-aZENGy8-51" parent="1" style="text;html=1;whiteSpace=wrap;strokeColor=none;fillColor=none;align=center;verticalAlign=middle;rounded=0;" value="Validate" vertex="1">
          <mxGeometry height="30" width="60" x="1190" y="85" as="geometry" />
        </mxCell>
        <mxCell id="7Z1T8ZwHcXeBXznP6D7j-43" parent="1" style="text;html=1;whiteSpace=wrap;strokeColor=none;fillColor=none;align=center;verticalAlign=middle;rounded=0;" value="Return Succes/Failure" vertex="1">
          <mxGeometry height="30" width="140" x="100" y="1290" as="geometry" />
        </mxCell>
        <mxCell id="_QFFP_39c0ER-aZENGy8-52" parent="1" style="text;html=1;whiteSpace=wrap;strokeColor=none;fillColor=none;align=center;verticalAlign=middle;rounded=0;" value="Process Request" vertex="1">
          <mxGeometry height="30" width="60" x="1305" y="85" as="geometry" />
        </mxCell>
        <mxCell id="_QFFP_39c0ER-aZENGy8-53" parent="1" style="text;html=1;whiteSpace=wrap;strokeColor=none;fillColor=none;align=center;verticalAlign=middle;rounded=0;" value="Save Data" vertex="1">
          <mxGeometry height="30" width="60" x="1490" y="95" as="geometry" />
        </mxCell>
        <mxCell id="_QFFP_39c0ER-aZENGy8-54" parent="1" style="text;html=1;whiteSpace=wrap;strokeColor=none;fillColor=none;align=center;verticalAlign=middle;rounded=0;" value="Confirm save" vertex="1">
          <mxGeometry height="30" width="80" x="1480" y="165" as="geometry" />
        </mxCell>
        <mxCell id="_QFFP_39c0ER-aZENGy8-55" parent="1" style="text;html=1;whiteSpace=wrap;strokeColor=none;fillColor=none;align=center;verticalAlign=middle;rounded=0;" value="Return Response" vertex="1">
          <mxGeometry height="30" width="60" x="1245" y="195" as="geometry" />
        </mxCell>
        <mxCell id="_QFFP_39c0ER-aZENGy8-56" parent="1" style="text;html=1;whiteSpace=wrap;strokeColor=none;fillColor=none;align=center;verticalAlign=middle;rounded=0;" value="Return Succes/Failure" vertex="1">
          <mxGeometry height="30" width="140" x="1000" y="205" as="geometry" />
        </mxCell>
        <mxCell id="_QFFP_39c0ER-aZENGy8-57" edge="1" parent="1" source="_QFFP_39c0ER-aZENGy8-47" style="endArrow=classic;html=1;rounded=0;" target="_QFFP_39c0ER-aZENGy8-37" value="">
          <mxGeometry height="50" relative="1" width="50" as="geometry">
            <Array as="points">
              <mxPoint x="1530" y="135" />
            </Array>
            <mxPoint x="1370" y="175" as="sourcePoint" />
            <mxPoint x="1420" y="125" as="targetPoint" />
          </mxGeometry>
        </mxCell>
        <mxCell id="_QFFP_39c0ER-aZENGy8-58" edge="1" parent="1" source="_QFFP_39c0ER-aZENGy8-37" style="endArrow=classic;html=1;rounded=0;dashed=1;" target="_QFFP_39c0ER-aZENGy8-48" value="">
          <mxGeometry height="50" relative="1" width="50" as="geometry">
            <Array as="points">
              <mxPoint x="1520" y="195" />
            </Array>
            <mxPoint x="1660" y="235" as="sourcePoint" />
            <mxPoint x="1710" y="185" as="targetPoint" />
          </mxGeometry>
        </mxCell>
        <mxCell id="_QFFP_39c0ER-aZENGy8-59" edge="1" parent="1" source="_QFFP_39c0ER-aZENGy8-46" style="endArrow=classic;html=1;rounded=0;dashed=1;" target="_QFFP_39c0ER-aZENGy8-45" value="">
          <mxGeometry height="50" relative="1" width="50" as="geometry">
            <Array as="points">
              <mxPoint x="1280" y="225" />
            </Array>
            <mxPoint x="1360" y="275" as="sourcePoint" />
            <mxPoint x="1410" y="225" as="targetPoint" />
          </mxGeometry>
        </mxCell>
        <mxCell id="_QFFP_39c0ER-aZENGy8-60" edge="1" parent="1" source="_QFFP_39c0ER-aZENGy8-43" style="endArrow=classic;html=1;rounded=0;dashed=1;" target="_QFFP_39c0ER-aZENGy8-36" value="">
          <mxGeometry height="50" relative="1" width="50" as="geometry">
            <Array as="points">
              <mxPoint x="1080" y="235" />
            </Array>
            <mxPoint x="1340" y="345" as="sourcePoint" />
            <mxPoint x="1390" y="295" as="targetPoint" />
          </mxGeometry>
        </mxCell>
+         <mxCell id="68ymO_Sjnk0znAFFcrqy-1" parent="1" style="shape=umlLifeline;perimeter=lifelinePerimeter;whiteSpace=wrap;html=1;container=0;dropTarget=0;collapsible=0;recursiveResize=0;outlineConnect=0;portConstraint=eastwest;newEdgeStyle={&quot;edgeStyle&quot;:&quot;elbowEdgeStyle&quot;,&quot;elbow&quot;:&quot;vertical&quot;,&quot;curved&quot;:0,&quot;rounded&quot;:0};" value="User" vertex="1">
+           <mxGeometry height="300" width="100" x="1830" y="55" as="geometry" />
+         </mxCell>
+         <mxCell id="68ymO_Sjnk0znAFFcrqy-2" parent="68ymO_Sjnk0znAFFcrqy-1" style="html=1;points=[];perimeter=orthogonalPerimeter;outlineConnect=0;targetShapes=umlLifeline;portConstraint=eastwest;newEdgeStyle={&quot;edgeStyle&quot;:&quot;elbowEdgeStyle&quot;,&quot;elbow&quot;:&quot;vertical&quot;,&quot;curved&quot;:0,&quot;rounded&quot;:0};" value="" vertex="1">
+           <mxGeometry height="190" width="10" x="45" y="70" as="geometry" />
+         </mxCell>
+         <mxCell id="68ymO_Sjnk0znAFFcrqy-3" edge="1" parent="68ymO_Sjnk0znAFFcrqy-1" style="html=1;verticalAlign=bottom;startArrow=oval;endArrow=block;startSize=8;edgeStyle=elbowEdgeStyle;elbow=vertical;curved=0;rounded=0;" target="68ymO_Sjnk0znAFFcrqy-2" value="dispatch">
+           <mxGeometry relative="1" as="geometry">
+             <mxPoint x="-15" y="70" as="sourcePoint" />
+           </mxGeometry>
+         </mxCell>
+         <mxCell id="68ymO_Sjnk0znAFFcrqy-4" parent="68ymO_Sjnk0znAFFcrqy-1" style="html=1;points=[];perimeter=orthogonalPerimeter;outlineConnect=0;targetShapes=umlLifeline;portConstraint=eastwest;newEdgeStyle={&quot;edgeStyle&quot;:&quot;elbowEdgeStyle&quot;,&quot;elbow&quot;:&quot;vertical&quot;,&quot;curved&quot;:0,&quot;rounded&quot;:0};" value="" vertex="1">
+           <mxGeometry height="80" width="10" x="50" y="150" as="geometry" />
+         </mxCell>
+         <mxCell id="68ymO_Sjnk0znAFFcrqy-5" parent="1" style="shape=umlLifeline;perimeter=lifelinePerimeter;whiteSpace=wrap;html=1;container=0;dropTarget=0;collapsible=0;recursiveResize=0;outlineConnect=0;portConstraint=eastwest;newEdgeStyle={&quot;edgeStyle&quot;:&quot;elbowEdgeStyle&quot;,&quot;elbow&quot;:&quot;vertical&quot;,&quot;curved&quot;:0,&quot;rounded&quot;:0};" value="DataBase" vertex="1">
+           <mxGeometry height="300" width="100" x="2540" y="65" as="geometry" />
+         </mxCell>
+         <mxCell id="68ymO_Sjnk0znAFFcrqy-6" parent="68ymO_Sjnk0znAFFcrqy-5" style="html=1;points=[];perimeter=orthogonalPerimeter;outlineConnect=0;targetShapes=umlLifeline;portConstraint=eastwest;newEdgeStyle={&quot;edgeStyle&quot;:&quot;elbowEdgeStyle&quot;,&quot;elbow&quot;:&quot;vertical&quot;,&quot;curved&quot;:0,&quot;rounded&quot;:0};" value="" vertex="1">
+           <mxGeometry height="170" width="10" x="45" y="80" as="geometry" />
+         </mxCell>
+         <mxCell id="68ymO_Sjnk0znAFFcrqy-7" edge="1" parent="1" source="68ymO_Sjnk0znAFFcrqy-12" style="html=1;verticalAlign=bottom;endArrow=block;edgeStyle=elbowEdgeStyle;elbow=vertical;curved=0;rounded=0;" target="68ymO_Sjnk0znAFFcrqy-16" value="dispatch Is Customer/Host">
+           <mxGeometry relative="1" x="0.0616" as="geometry">
+             <mxPoint as="offset" />
+             <Array as="points">
+               <mxPoint x="2240" y="145" />
+             </Array>
+             <mxPoint x="1995" y="145" as="sourcePoint" />
+             <mxPoint x="2280" y="145" as="targetPoint" />
+           </mxGeometry>
+         </mxCell>
+         <mxCell id="68ymO_Sjnk0znAFFcrqy-8" connectable="0" parent="68ymO_Sjnk0znAFFcrqy-7" style="edgeLabel;html=1;align=center;verticalAlign=middle;resizable=0;points=[];" value="booking()" vertex="1">
+           <mxGeometry relative="1" x="-0.6283" y="3" as="geometry">
+             <mxPoint x="42" y="243" as="offset" />
+           </mxGeometry>
+         </mxCell>
+         <mxCell id="68ymO_Sjnk0znAFFcrqy-9" edge="1" parent="1" source="68ymO_Sjnk0znAFFcrqy-6" style="html=1;verticalAlign=bottom;endArrow=open;dashed=1;endSize=8;edgeStyle=elbowEdgeStyle;elbow=vertical;curved=0;rounded=0;" target="68ymO_Sjnk0znAFFcrqy-2" value="return">
+           <mxGeometry relative="1" x="0.3286" as="geometry">
+             <mxPoint as="offset" />
+             <Array as="points">
+               <mxPoint x="1990" y="295" />
+             </Array>
+             <mxPoint x="1995" y="220" as="targetPoint" />
+           </mxGeometry>
+         </mxCell>
+         <mxCell id="68ymO_Sjnk0znAFFcrqy-10" edge="1" parent="1" source="68ymO_Sjnk0znAFFcrqy-16" style="html=1;verticalAlign=bottom;endArrow=open;dashed=1;endSize=8;edgeStyle=elbowEdgeStyle;elbow=vertical;curved=0;rounded=0;" target="68ymO_Sjnk0znAFFcrqy-2" value="user_id">
+           <mxGeometry relative="1" x="0.325" as="geometry">
+             <mxPoint as="offset" />
+             <Array as="points">
+               <mxPoint x="2260" y="175" />
+             </Array>
+             <mxPoint x="2260" y="175" as="sourcePoint" />
+             <mxPoint x="1910" y="175" as="targetPoint" />
+           </mxGeometry>
+         </mxCell>
+         <mxCell id="68ymO_Sjnk0znAFFcrqy-11" parent="1" style="shape=umlLifeline;perimeter=lifelinePerimeter;whiteSpace=wrap;html=1;container=0;dropTarget=0;collapsible=0;recursiveResize=0;outlineConnect=0;portConstraint=eastwest;newEdgeStyle={&quot;edgeStyle&quot;:&quot;elbowEdgeStyle&quot;,&quot;elbow&quot;:&quot;vertical&quot;,&quot;curved&quot;:0,&quot;rounded&quot;:0};" value="API" vertex="1">
+           <mxGeometry height="300" width="100" x="2050" y="55" as="geometry" />
+         </mxCell>
+         <mxCell id="68ymO_Sjnk0znAFFcrqy-12" parent="68ymO_Sjnk0znAFFcrqy-11" style="html=1;points=[];perimeter=orthogonalPerimeter;outlineConnect=0;targetShapes=umlLifeline;portConstraint=eastwest;newEdgeStyle={&quot;edgeStyle&quot;:&quot;elbowEdgeStyle&quot;,&quot;elbow&quot;:&quot;vertical&quot;,&quot;curved&quot;:0,&quot;rounded&quot;:0};" value="" vertex="1">
+           <mxGeometry height="240" width="10" x="45" y="70" as="geometry" />
+         </mxCell>
+         <mxCell id="68ymO_Sjnk0znAFFcrqy-13" parent="68ymO_Sjnk0znAFFcrqy-11" style="html=1;points=[];perimeter=orthogonalPerimeter;outlineConnect=0;targetShapes=umlLifeline;portConstraint=eastwest;newEdgeStyle={&quot;edgeStyle&quot;:&quot;elbowEdgeStyle&quot;,&quot;elbow&quot;:&quot;vertical&quot;,&quot;curved&quot;:0,&quot;rounded&quot;:0};" value="" vertex="1">
+           <mxGeometry height="80" width="10" x="50" y="120" as="geometry" />
+         </mxCell>
+         <mxCell id="68ymO_Sjnk0znAFFcrqy-14" parent="1" style="shape=umlLifeline;perimeter=lifelinePerimeter;whiteSpace=wrap;html=1;container=0;dropTarget=0;collapsible=0;recursiveResize=0;outlineConnect=0;portConstraint=eastwest;newEdgeStyle={&quot;edgeStyle&quot;:&quot;elbowEdgeStyle&quot;,&quot;elbow&quot;:&quot;vertical&quot;,&quot;curved&quot;:0,&quot;rounded&quot;:0};" value="&lt;div&gt;Backend&lt;/div&gt;" vertex="1">
+           <mxGeometry height="300" width="100" x="2240" y="55" as="geometry" />
+         </mxCell>
+         <mxCell id="68ymO_Sjnk0znAFFcrqy-15" parent="68ymO_Sjnk0znAFFcrqy-14" style="html=1;points=[];perimeter=orthogonalPerimeter;outlineConnect=0;targetShapes=umlLifeline;portConstraint=eastwest;newEdgeStyle={&quot;edgeStyle&quot;:&quot;elbowEdgeStyle&quot;,&quot;elbow&quot;:&quot;vertical&quot;,&quot;curved&quot;:0,&quot;rounded&quot;:0};" value="" vertex="1">
+           <mxGeometry height="190" width="10" x="45" y="70" as="geometry" />
+         </mxCell>
+         <mxCell id="68ymO_Sjnk0znAFFcrqy-16" parent="68ymO_Sjnk0znAFFcrqy-14" style="html=1;points=[];perimeter=orthogonalPerimeter;outlineConnect=0;targetShapes=umlLifeline;portConstraint=eastwest;newEdgeStyle={&quot;edgeStyle&quot;:&quot;elbowEdgeStyle&quot;,&quot;elbow&quot;:&quot;vertical&quot;,&quot;curved&quot;:0,&quot;rounded&quot;:0};" value="" vertex="1">
+           <mxGeometry height="30" width="10" x="40" y="90" as="geometry" />
+         </mxCell>
+         <mxCell id="68ymO_Sjnk0znAFFcrqy-17" edge="1" parent="1" style="html=1;verticalAlign=bottom;startArrow=oval;endArrow=block;startSize=8;edgeStyle=elbowEdgeStyle;elbow=vertical;curved=0;rounded=0;" target="68ymO_Sjnk0znAFFcrqy-11" value="Login">
+           <mxGeometry relative="1" as="geometry">
+             <mxPoint x="1885" y="145" as="sourcePoint" />
+             <mxPoint x="1950" y="145" as="targetPoint" />
+           </mxGeometry>
+         </mxCell>
+         <mxCell id="68ymO_Sjnk0znAFFcrqy-18" parent="1" style="text;html=1;whiteSpace=wrap;strokeColor=none;fillColor=none;align=center;verticalAlign=middle;rounded=0;" value="Register User" vertex="1">
+           <mxGeometry height="30" width="100" x="1940" y="105" as="geometry" />
+         </mxCell>
+         <mxCell id="68ymO_Sjnk0znAFFcrqy-19" parent="1" style="text;html=1;whiteSpace=wrap;strokeColor=none;fillColor=none;align=center;verticalAlign=middle;rounded=0;" value="Validate" vertex="1">
+           <mxGeometry height="30" width="60" x="2165" y="105" as="geometry" />
+         </mxCell>
+         <mxCell id="68ymO_Sjnk0znAFFcrqy-20" parent="1" style="text;html=1;whiteSpace=wrap;strokeColor=none;fillColor=none;align=center;verticalAlign=middle;rounded=0;" value="Process Request" vertex="1">
+           <mxGeometry height="30" width="60" x="2150" y="145" as="geometry" />
+         </mxCell>
+         <mxCell id="68ymO_Sjnk0znAFFcrqy-21" parent="1" style="text;html=1;whiteSpace=wrap;strokeColor=none;fillColor=none;align=center;verticalAlign=middle;rounded=0;" value="Save Data" vertex="1">
+           <mxGeometry height="30" width="60" x="2410" y="105" as="geometry" />
+         </mxCell>
+         <mxCell id="68ymO_Sjnk0znAFFcrqy-22" parent="1" style="text;html=1;whiteSpace=wrap;strokeColor=none;fillColor=none;align=center;verticalAlign=middle;rounded=0;" value="Confirm save" vertex="1">
+           <mxGeometry height="30" width="80" x="2400" y="145" as="geometry" />
+         </mxCell>
+         <mxCell id="68ymO_Sjnk0znAFFcrqy-23" parent="1" style="text;html=1;whiteSpace=wrap;strokeColor=none;fillColor=none;align=center;verticalAlign=middle;rounded=0;" value="Return Response" vertex="1">
+           <mxGeometry height="30" width="60" x="2165" y="235" as="geometry" />
+         </mxCell>
+         <mxCell id="68ymO_Sjnk0znAFFcrqy-24" parent="1" style="text;html=1;whiteSpace=wrap;strokeColor=none;fillColor=none;align=center;verticalAlign=middle;rounded=0;" value="Return Succes/Failure" vertex="1">
+           <mxGeometry height="30" width="140" x="1920" y="215" as="geometry" />
+         </mxCell>
      </root>
    </mxGraphModel>
  </diagram>
</mxfile>
